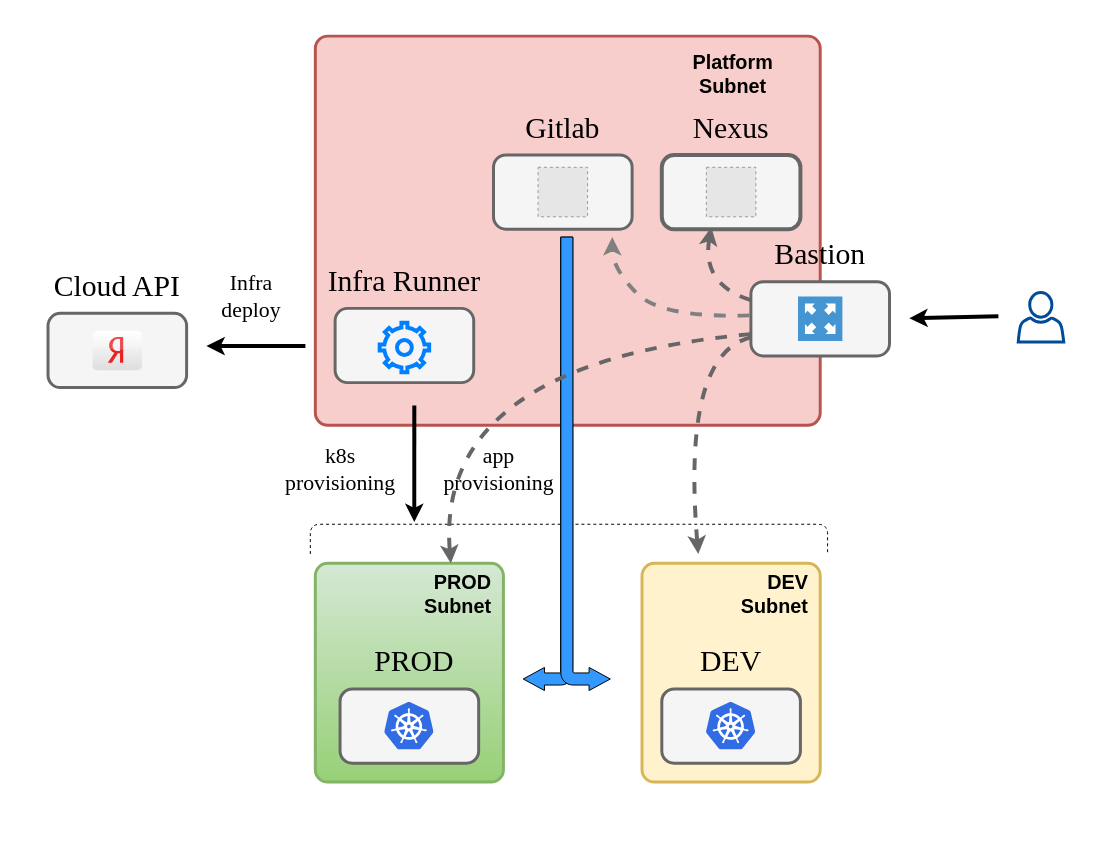
Kraktorist/build-stack keeps this draw.io diagram as docs/scheme.drawio. Above is the earlier version. Source tidied: cells renumbered, new cells numbered last; positions are measured from the earlier drawing's top-left corner, leaving out a move shared by most shapes. Both pictures are drawn from the tidied source at 99%, with x=0, y=0 at pixel (38, 36). Pictures stored in the file or linked from it are replaced by grey dashed boxes.
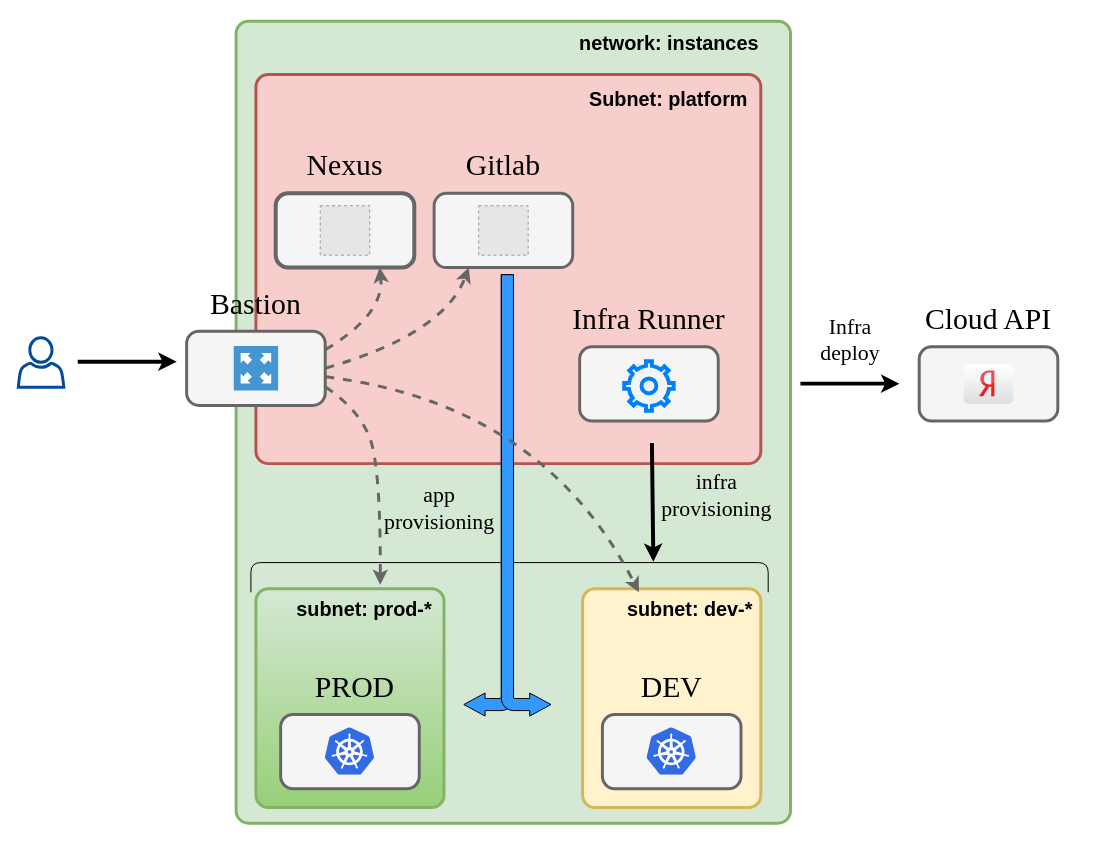
After the change.

Unchanged cells that the change refers to:
```xml
<mxCell id="8" style="group;" parent="7" vertex="1">
  <mxGeometry y="57" width="140" height="75" as="geometry" />
</mxCell>
<mxCell id="9" style="rounded=1;fontSize=26;arcSize=25;absoluteArcSize=1;fillColor=#f5f5f5;fontColor=#000000;strokeColor=#666666;align=right;fontStyle=1;verticalAlign=middle;horizontal=1;html=1;whiteSpace=wrap;fontFamily=Times New Roman;spacingRight=14;spacingBottom=10;strokeWidth=3;" parent="8" vertex="1">
  <mxGeometry width="140" height="75" as="geometry" />
</mxCell>
<mxCell id="20" style="rounded=1;fontSize=26;arcSize=25;absoluteArcSize=1;fillColor=#f5f5f5;fontColor=#000000;strokeColor=#666666;align=right;fontStyle=1;verticalAlign=middle;horizontal=1;html=1;whiteSpace=wrap;fontFamily=Times New Roman;spacingRight=14;spacingBottom=10;strokeWidth=4;" parent="19" vertex="1">
  <mxGeometry width="140" height="75" as="geometry" />
</mxCell>
<mxCell id="37" style="rounded=1;fontSize=26;arcSize=25;absoluteArcSize=1;fillColor=#f5f5f5;fontColor=#000000;strokeColor=#666666;align=right;fontStyle=1;verticalAlign=middle;horizontal=1;html=1;whiteSpace=wrap;fontFamily=Times New Roman;spacingRight=14;spacingBottom=10;strokeWidth=3;" parent="36" vertex="1">
  <mxGeometry width="140" height="75" as="geometry" />
</mxCell>
```

Change to the diagram source:
```diff
@@
+    <mxCell id="58" style="rounded=1;whiteSpace=wrap;html=1;fillColor=#d5e8d4;strokeColor=#82b366;absoluteArcSize=1;arcSize=25;strokeWidth=3;" parent="1" vertex="1">
+      <mxGeometry x="200" y="-15" width="560" height="810" as="geometry" />
+    </mxCell>
     <mxCell id="2" style="rounded=1;whiteSpace=wrap;html=1;fillColor=#f8cecc;strokeColor=#b85450;absoluteArcSize=1;arcSize=25;fontColor=#000000;strokeWidth=3;" parent="1" vertex="1">
-      <mxGeometry x="280" width="510" height="393" as="geometry" />
+      <mxGeometry x="220" y="38.8" width="510" height="393" as="geometry" />
     </mxCell>
     <mxCell id="3" style="rounded=1;whiteSpace=wrap;html=1;fillColor=#fff2cc;strokeColor=#d6b656;absoluteArcSize=1;arcSize=25;fontColor=#000000;strokeWidth=3;" parent="1" vertex="1">
-      <mxGeometry x="610" y="532.5" width="180" height="221" as="geometry" />
+      <mxGeometry x="550" y="558.2" width="180" height="221" as="geometry" />
     </mxCell>
-    <mxCell id="4" value="DEV Subnet" style="text;html=1;strokeColor=none;fillColor=none;align=right;verticalAlign=middle;whiteSpace=wrap;rounded=0;fontSize=20;fontStyle=1;fontColor=#000000;" parent="1" vertex="1">
-      <mxGeometry x="730" y="542.5" width="50" height="40" as="geometry" />
+    <mxCell id="4" value="subnet: dev-*" style="text;html=1;strokeColor=none;fillColor=none;align=right;verticalAlign=middle;whiteSpace=wrap;rounded=0;fontSize=20;fontStyle=1;fontColor=#000000;" parent="1" vertex="1">
+      <mxGeometry x="584" y="558.2" width="140" height="40" as="geometry" />
     </mxCell>
     <mxCell id="5" style="sketch=0;shadow=0;dashed=0;html=1;strokeColor=#004C99;fillColor=none;labelPosition=center;verticalLabelPosition=bottom;verticalAlign=top;align=center;shape=mxgraph.office.users.user;strokeWidth=3;" parent="1" vertex="1">
-      <mxGeometry x="990" y="259" width="46" height="50" as="geometry" />
+      <mxGeometry x="-20" y="304.6" width="46" height="50" as="geometry" />
     </mxCell>
-    <mxCell id="6" value="Platform&lt;br&gt;Subnet" style="text;html=1;strokeColor=none;fillColor=none;align=center;verticalAlign=middle;whiteSpace=wrap;rounded=0;fontSize=20;fontStyle=1;fontColor=#000000;" parent="1" vertex="1">
-      <mxGeometry x="640" y="13" width="124" height="50" as="geometry" />
+    <mxCell id="6" value="Subnet: platform" style="text;html=1;strokeColor=none;fillColor=none;align=center;verticalAlign=middle;whiteSpace=wrap;rounded=0;fontSize=20;fontStyle=1;fontColor=#000000;" parent="1" vertex="1">
+      <mxGeometry x="550" y="38" width="174" height="50" as="geometry" />
     </mxCell>
     <mxCell id="7" style="group;" parent="1" vertex="1">
-      <mxGeometry x="720" y="191" width="140" height="132" as="geometry" />
+      <mxGeometry x="150" y="241" width="140" height="132" as="geometry" />
     </mxCell>
@@
-    <mxCell id="11" style="curved=1;endArrow=classic;html=1;rounded=0;strokeWidth=4;fontFamily=Times New Roman;fontSize=22;fontColor=default;exitX=0;exitY=0.25;exitDx=0;exitDy=0;dashed=1;strokeColor=#666666;" parent="8" edge="1" source="9">
-      <mxGeometry relative="1" as="geometry">
-        <mxPoint x="-40" y="-54.9" as="targetPoint" />
-        <Array as="points">
-          <mxPoint x="-50" y="3" />
-        </Array>
-      </mxGeometry>
-    </mxCell>
@@
     <mxCell id="13" style="group;strokeWidth=3;" parent="1" vertex="1">
-      <mxGeometry x="300" y="218" width="180" height="132" as="geometry" />
+      <mxGeometry x="547" y="256.8" width="180" height="132" as="geometry" />
     </mxCell>
@@
     <mxCell id="18" style="group;" parent="1" vertex="1">
-      <mxGeometry x="630" y="63" width="180" height="132" as="geometry" />
+      <mxGeometry x="240" y="101.8" width="180" height="132" as="geometry" />
     </mxCell>
@@
     <mxCell id="23" style="group;" parent="1" vertex="1">
-      <mxGeometry x="630" y="602.5" width="180" height="132" as="geometry" />
+      <mxGeometry x="570" y="628.2" width="180" height="132" as="geometry" />
     </mxCell>
@@
     <mxCell id="28" style="rounded=1;whiteSpace=wrap;html=1;fillColor=#d5e8d4;strokeColor=#82b366;absoluteArcSize=1;arcSize=25;gradientColor=#97d077;strokeWidth=3;" parent="1" vertex="1">
-      <mxGeometry x="280" y="532.5" width="190" height="221" as="geometry" />
+      <mxGeometry x="220" y="558.2" width="190" height="221" as="geometry" />
     </mxCell>
-    <mxCell id="29" value="PROD Subnet" style="text;html=1;strokeColor=none;fillColor=none;align=right;verticalAlign=middle;whiteSpace=wrap;rounded=0;fontSize=20;fontStyle=1;fontColor=#000000;" parent="1" vertex="1">
-      <mxGeometry x="410" y="542.5" width="50" height="40" as="geometry" />
+    <mxCell id="29" value="subnet: prod-*" style="text;html=1;strokeColor=none;fillColor=none;align=right;verticalAlign=middle;whiteSpace=wrap;rounded=0;fontSize=20;fontStyle=1;fontColor=#000000;" parent="1" vertex="1">
+      <mxGeometry x="240" y="558.2" width="160" height="40" as="geometry" />
     </mxCell>
     <mxCell id="30" style="group;" parent="1" vertex="1">
-      <mxGeometry x="340" y="602.5" width="180" height="132" as="geometry" />
+      <mxGeometry x="280" y="628.2" width="180" height="132" as="geometry" />
     </mxCell>
@@
     <mxCell id="35" style="group;" parent="1" vertex="1">
-      <mxGeometry x="450" y="63" width="160" height="132" as="geometry" />
+      <mxGeometry x="390" y="101.8" width="160" height="132" as="geometry" />
     </mxCell>
@@
     <mxCell id="40" style="group;" parent="1" vertex="1">
-      <mxGeometry y="223" width="172.4" height="145.7" as="geometry" />
+      <mxGeometry x="880" y="256.8" width="172.4" height="145.7" as="geometry" />
     </mxCell>
@@
-    <mxCell id="45" style="endArrow=none;html=1;rounded=0;fontFamily=Times New Roman;fontSize=30;fontColor=default;strokeWidth=4;startArrow=classic;startFill=1;endFill=0;" parent="1" edge="1">
-      <mxGeometry relative="1" as="geometry">
-        <mxPoint x="170" y="313" as="sourcePoint" />
-        <mxPoint x="270" y="313" as="targetPoint" />
-      </mxGeometry>
-    </mxCell>
     <mxCell id="46" value="Infra&lt;br style=&quot;font-size: 22px;&quot;&gt;deploy" style="text;html=1;align=center;verticalAlign=middle;strokeColor=none;fillColor=none;fontSize=22;fontFamily=Times New Roman;fontColor=default;" parent="1" vertex="1">
-      <mxGeometry x="175" y="228" width="80" height="70" as="geometry" />
+      <mxGeometry x="780" y="272" width="80" height="70" as="geometry" />
     </mxCell>
-    <mxCell id="47" style="endArrow=none;html=1;rounded=0;fontFamily=Times New Roman;fontSize=30;fontColor=default;strokeWidth=4;startArrow=classic;startFill=1;endFill=0;exitX=-0.074;exitY=0.201;exitDx=0;exitDy=0;exitPerimeter=0;" parent="1" edge="1" source="49">
+    <mxCell id="47" style="endArrow=none;html=1;rounded=0;fontFamily=Times New Roman;fontSize=30;fontColor=default;strokeWidth=4;startArrow=classic;startFill=1;endFill=0;exitX=-0.025;exitY=0.778;exitDx=0;exitDy=0;exitPerimeter=0;" parent="1" edge="1" source="49">
       <mxGeometry relative="1" as="geometry">
-        <mxPoint x="380" y="373" as="targetPoint" />
+        <mxPoint x="620" y="411" as="targetPoint" />
       </mxGeometry>
     </mxCell>
-    <mxCell id="48" value="k8s&lt;br&gt;provisioning" style="text;html=1;align=center;verticalAlign=middle;strokeColor=none;fillColor=none;fontSize=22;fontFamily=Times New Roman;fontColor=default;" parent="1" vertex="1">
-      <mxGeometry x="240" y="403" width="130" height="70" as="geometry" />
+    <mxCell id="48" value="infra&lt;br&gt;provisioning" style="text;html=1;align=center;verticalAlign=middle;strokeColor=none;fillColor=none;fontSize=22;fontFamily=Times New Roman;fontColor=default;" parent="1" vertex="1">
+      <mxGeometry x="620" y="428.9" width="130" height="70" as="geometry" />
     </mxCell>
-    <mxCell id="49" style="shape=curlyBracket;whiteSpace=wrap;html=1;rounded=1;flipH=1;labelBackgroundColor=none;sketch=0;strokeColor=default;strokeWidth=1;fontFamily=Times New Roman;fontSize=22;fontColor=default;fillColor=#3399FF;rotation=-90;size=0;dashed=1;" parent="1" vertex="1">
-      <mxGeometry x="521.2" y="246.8" width="30" height="522.5" as="geometry" />
+    <mxCell id="49" style="shape=curlyBracket;whiteSpace=wrap;html=1;rounded=1;flipH=1;labelBackgroundColor=none;sketch=0;strokeColor=default;strokeWidth=1;fontFamily=Times New Roman;fontSize=22;fontColor=default;fillColor=#3399FF;rotation=-90;size=0;" parent="1" vertex="1">
+      <mxGeometry x="461.2" y="285.5" width="30" height="522.5" as="geometry" />
     </mxCell>
     <mxCell id="50" style="group;" parent="1" vertex="1">
-      <mxGeometry x="490" y="203" width="88" height="458" as="geometry" />
+      <mxGeometry x="430" y="241" width="88" height="445.8" as="geometry" />
     </mxCell>
     <mxCell id="51" style="html=1;shadow=0;dashed=0;align=center;verticalAlign=middle;shape=mxgraph.arrows2.bendArrow;dy=6.11;dx=21.47;notch=0;arrowHead=23.29;rounded=1;labelBackgroundColor=none;sketch=0;strokeColor=default;strokeWidth=1;fontFamily=Times New Roman;fontSize=22;fontColor=default;fillColor=#3399FF;rotation=-180;" parent="50" vertex="1">
-      <mxGeometry width="50" height="458" as="geometry" />
+      <mxGeometry width="50" height="445.8" as="geometry" />
     </mxCell>
     <mxCell id="52" style="html=1;shadow=0;dashed=0;align=center;verticalAlign=middle;shape=mxgraph.arrows2.bendArrow;dy=6.11;dx=21.47;notch=0;arrowHead=23.29;rounded=1;labelBackgroundColor=none;sketch=0;strokeColor=default;strokeWidth=1;fontFamily=Times New Roman;fontSize=22;fontColor=default;fillColor=#3399FF;rotation=-180;direction=east;flipH=1;" parent="50" vertex="1">
-      <mxGeometry x="38" width="50" height="458" as="geometry" />
+      <mxGeometry x="38" width="50" height="445.8" as="geometry" />
     </mxCell>
     <mxCell id="53" value="app&lt;br&gt;provisioning" style="text;html=1;align=center;verticalAlign=middle;strokeColor=none;fillColor=none;fontSize=22;fontFamily=Times New Roman;fontColor=default;" parent="1" vertex="1">
-      <mxGeometry x="400" y="403" width="130" height="70" as="geometry" />
+      <mxGeometry x="340" y="441.8" width="130" height="70" as="geometry" />
     </mxCell>
     <mxCell id="54" style="endArrow=classic;html=1;rounded=0;fontFamily=Times New Roman;fontSize=30;fontColor=default;strokeWidth=4;" parent="1" edge="1">
       <mxGeometry relative="1" as="geometry">
-        <mxPoint x="970" y="283" as="sourcePoint" />
-        <mxPoint x="880" y="285" as="targetPoint" />
+        <mxPoint x="770" y="351" as="sourcePoint" />
+        <mxPoint x="870" y="351" as="targetPoint" />
       </mxGeometry>
     </mxCell>
-    <mxCell id="55" style="curved=1;endArrow=classic;html=1;rounded=0;strokeWidth=4;fontFamily=Times New Roman;fontSize=22;fontColor=default;exitX=-0.009;exitY=0.454;exitDx=0;exitDy=0;exitPerimeter=0;dashed=1;strokeColor=#808080;" parent="1" edge="1" source="9">
-      <mxGeometry relative="1" as="geometry">
-        <mxPoint x="580" y="203" as="targetPoint" />
-        <Array as="points">
-          <mxPoint x="630" y="285" />
-          <mxPoint x="580" y="235" />
-        </Array>
-      </mxGeometry>
-    </mxCell>
-    <mxCell id="56" style="curved=1;endArrow=classic;html=1;rounded=0;strokeWidth=4;fontFamily=Times New Roman;fontSize=22;fontColor=default;exitX=0;exitY=0.75;exitDx=0;exitDy=0;entryX=0;entryY=0.75;entryDx=0;entryDy=0;dashed=1;fillColor=#f5f5f5;gradientColor=#b3b3b3;strokeColor=#666666;" parent="1" edge="1" source="9" target="49">
-      <mxGeometry relative="1" as="geometry">
-        <Array as="points">
-          <mxPoint x="650" y="321" />
-        </Array>
-      </mxGeometry>
-    </mxCell>
-    <mxCell id="57" style="curved=1;endArrow=classic;html=1;rounded=0;strokeWidth=4;fontFamily=Times New Roman;fontSize=22;fontColor=default;entryX=0;entryY=0.75;entryDx=0;entryDy=0;dashed=1;fillColor=#f5f5f5;gradientColor=#b3b3b3;strokeColor=#666666;" parent="1" edge="1">
-      <mxGeometry relative="1" as="geometry">
-        <mxPoint x="720" y="301" as="sourcePoint" />
-        <mxPoint x="416.9" y="532.5" as="targetPoint" />
-        <Array as="points">
-          <mxPoint x="400" y="330.5" />
-        </Array>
-      </mxGeometry>
-    </mxCell>
+    <mxCell id="59" value="network: instances" style="text;html=1;strokeColor=none;fillColor=none;align=center;verticalAlign=middle;whiteSpace=wrap;rounded=0;fontSize=20;fontStyle=1;fontColor=#000000;" parent="1" vertex="1">
+      <mxGeometry x="538.5" y="-19" width="197" height="50" as="geometry" />
+    </mxCell>
+    <mxCell id="60" style="curved=1;endArrow=classic;html=1;rounded=0;exitX=1;exitY=0.25;exitDx=0;exitDy=0;entryX=0.75;entryY=1;entryDx=0;entryDy=0;strokeColor=#666666;strokeWidth=3;dashed=1;" parent="1" edge="1" source="9" target="20">
+      <mxGeometry relative="1" as="geometry">
+        <Array as="points">
+          <mxPoint x="350" y="281" />
+        </Array>
+      </mxGeometry>
+    </mxCell>
+    <mxCell id="61" style="curved=1;endArrow=classic;html=1;rounded=0;exitX=1;exitY=0.5;exitDx=0;exitDy=0;entryX=0.25;entryY=1;entryDx=0;entryDy=0;strokeColor=#666666;strokeWidth=3;dashed=1;" parent="1" edge="1" source="9" target="37">
+      <mxGeometry relative="1" as="geometry">
+        <Array as="points">
+          <mxPoint x="410" y="301" />
+        </Array>
+      </mxGeometry>
+    </mxCell>
+    <mxCell id="62" style="curved=1;endArrow=classic;html=1;rounded=0;entryX=0;entryY=0.75;entryDx=0;entryDy=0;strokeColor=#666666;strokeWidth=3;dashed=1;" parent="1" edge="1" source="9" target="49">
+      <mxGeometry relative="1" as="geometry">
+        <Array as="points">
+          <mxPoint x="510" y="371" />
+        </Array>
+      </mxGeometry>
+    </mxCell>
+    <mxCell id="63" style="curved=1;endArrow=classic;html=1;rounded=0;exitX=1;exitY=0.75;exitDx=0;exitDy=0;entryX=0.75;entryY=0.25;entryDx=0;entryDy=0;entryPerimeter=0;strokeColor=#666666;strokeWidth=3;dashed=1;" parent="1" edge="1" source="9" target="49">
+      <mxGeometry relative="1" as="geometry">
+        <Array as="points">
+          <mxPoint x="330" y="381" />
+          <mxPoint x="346" y="451" />
+        </Array>
+      </mxGeometry>
+    </mxCell>
+    <mxCell id="64" style="endArrow=classic;html=1;rounded=0;fontFamily=Times New Roman;fontSize=30;fontColor=default;strokeWidth=4;" parent="1" edge="1">
+      <mxGeometry relative="1" as="geometry">
+        <mxPoint x="40" y="328.9" as="sourcePoint" />
+        <mxPoint x="140" y="328.9" as="targetPoint" />
+      </mxGeometry>
+    </mxCell>
```
